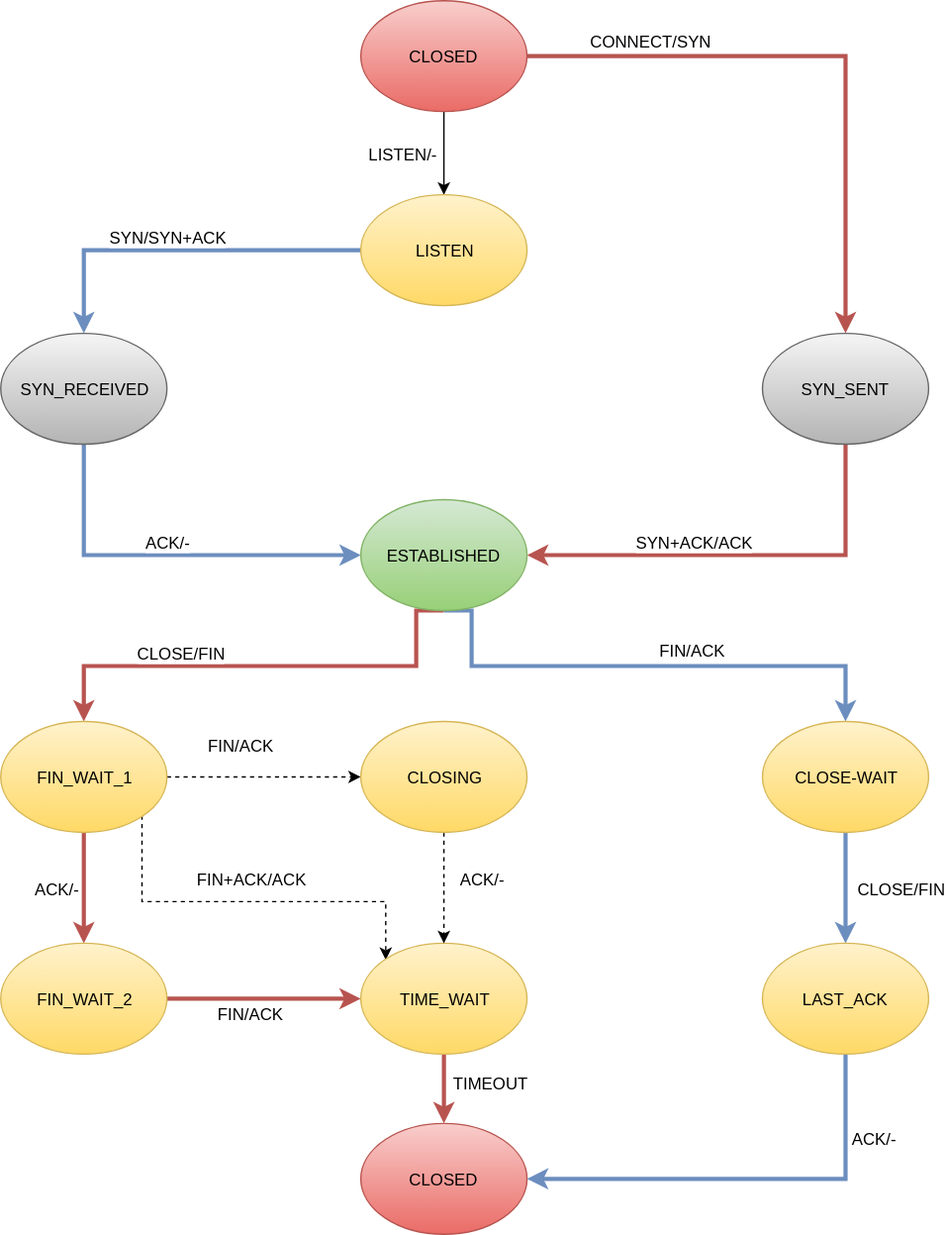
This is learn/tcp_connect_close.svg from rhtsjz/blog, a draw.io export, as it was before one commit. Source tidied: cells renumbered, new cells last; positions are measured from the earlier drawing's top-left corner, leaving out a move shared by most shapes.
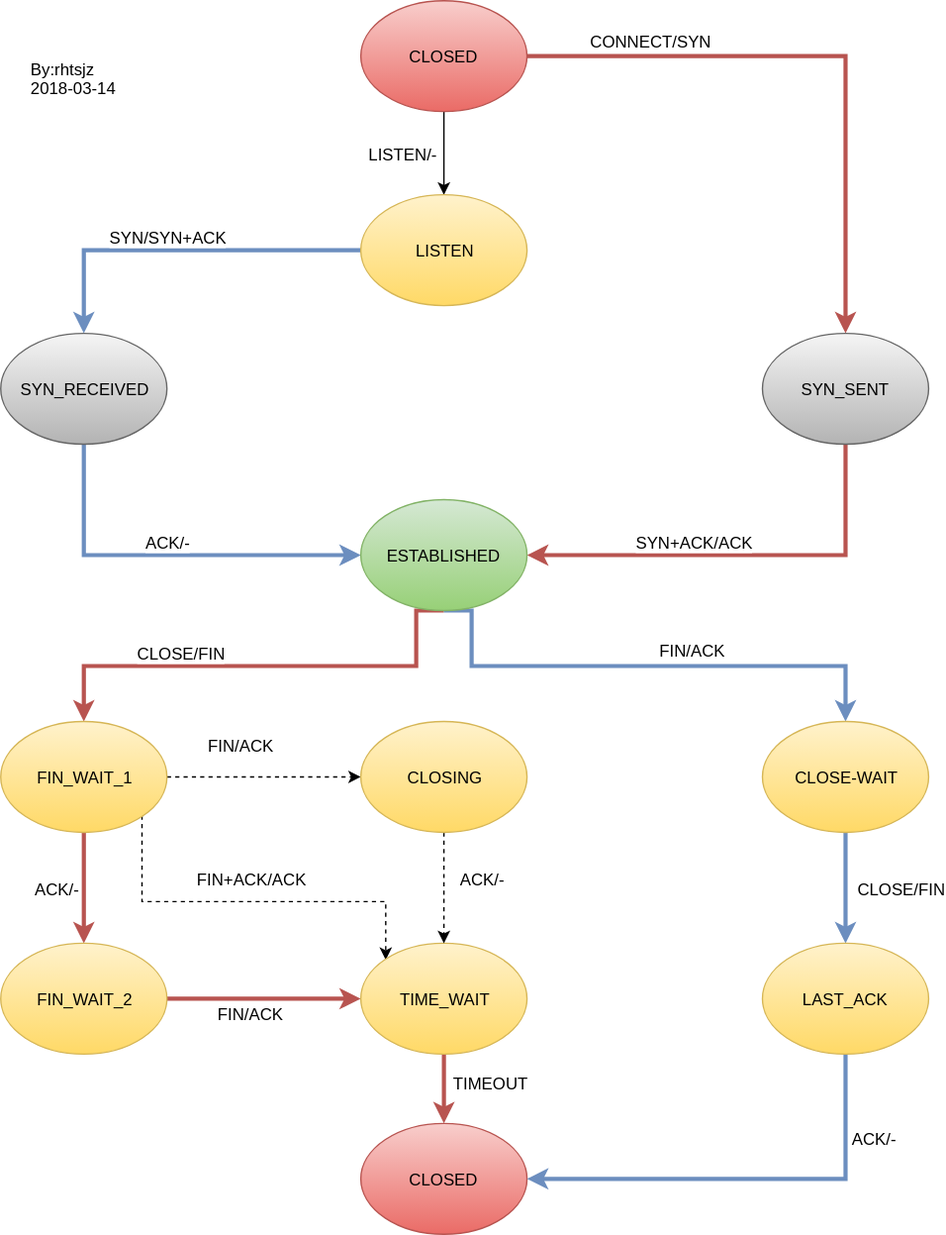
The same file after the commit.

The edit, as a diff of the source:
```diff
@@ -174,5 +174,8 @@
     <mxCell id="44" value="FIN+ACK/ACK" style="text;html=1;align=left;verticalAlign=top;spacingTop=-4;labelBorderColor=none;" parent="1" vertex="1">
       <mxGeometry x="140" y="625" width="90" height="20" as="geometry" />
     </mxCell>
+    <mxCell id="45" value="By:rhtsjz&lt;br&gt;2018-03-14&lt;br&gt;" style="text;html=1;align=left;verticalAlign=top;spacingTop=-4;" parent="1" vertex="1">
+      <mxGeometry x="20" y="40" width="80" height="30" as="geometry" />
+    </mxCell>
   </root>
 </mxGraphModel>
```
